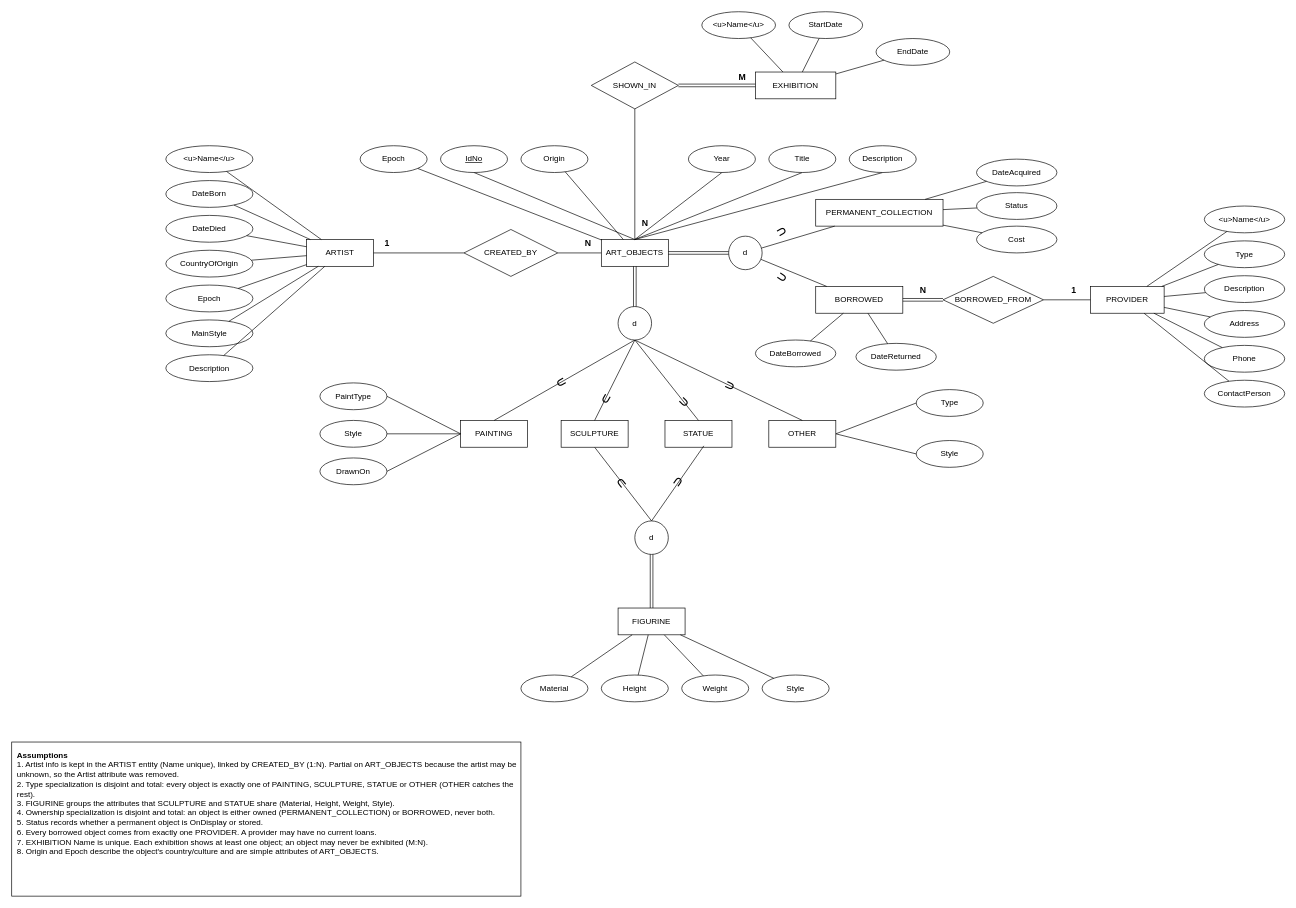
Above: ER Diagrams/Tutorial 03 Question B.drawio in Vishwa-Dilshan/Databases (draw.io), before the change. Source tidied: cells renumbered, new cells numbered last; positions are measured from the earlier drawing's top-left corner, leaving out a move shared by most shapes. Both pictures are drawn from the tidied source at 67%, with x=0, y=0 at pixel (11, 11).
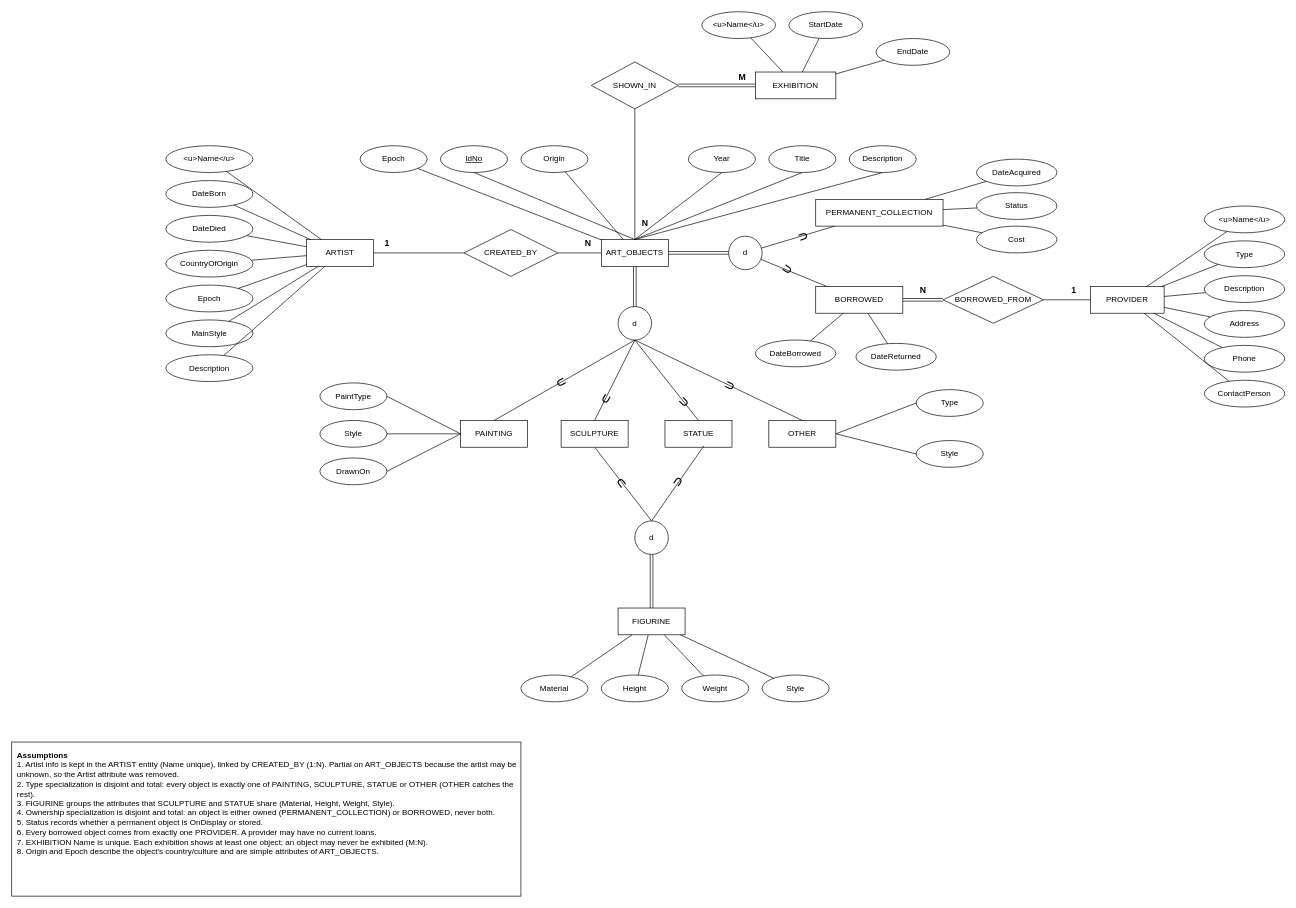
Above is the later version.

The edit, as a diff of the source:
```diff
@@
-    <mxCell id="92" value="∪" style="text;html=1;align=center;verticalAlign=middle;fontSize=20;rotation=240;" parent="1" vertex="1">
-      <mxGeometry x="1136" y="318" width="24" height="24" as="geometry" />
+    <mxCell id="92" value="∪" style="text;html=1;align=center;verticalAlign=middle;fontSize=20;rotation=-110;" parent="1" vertex="1">
+      <mxGeometry x="1168" y="325" width="24" height="24" as="geometry" />
     </mxCell>
     <mxCell id="93" value="∪" style="text;html=1;align=center;verticalAlign=middle;fontSize=20;rotation=304;" parent="1" vertex="1">
-      <mxGeometry x="1136" y="384" width="24" height="24" as="geometry" />
+      <mxGeometry x="1144" y="372" width="24" height="24" as="geometry" />
     </mxCell>
```
